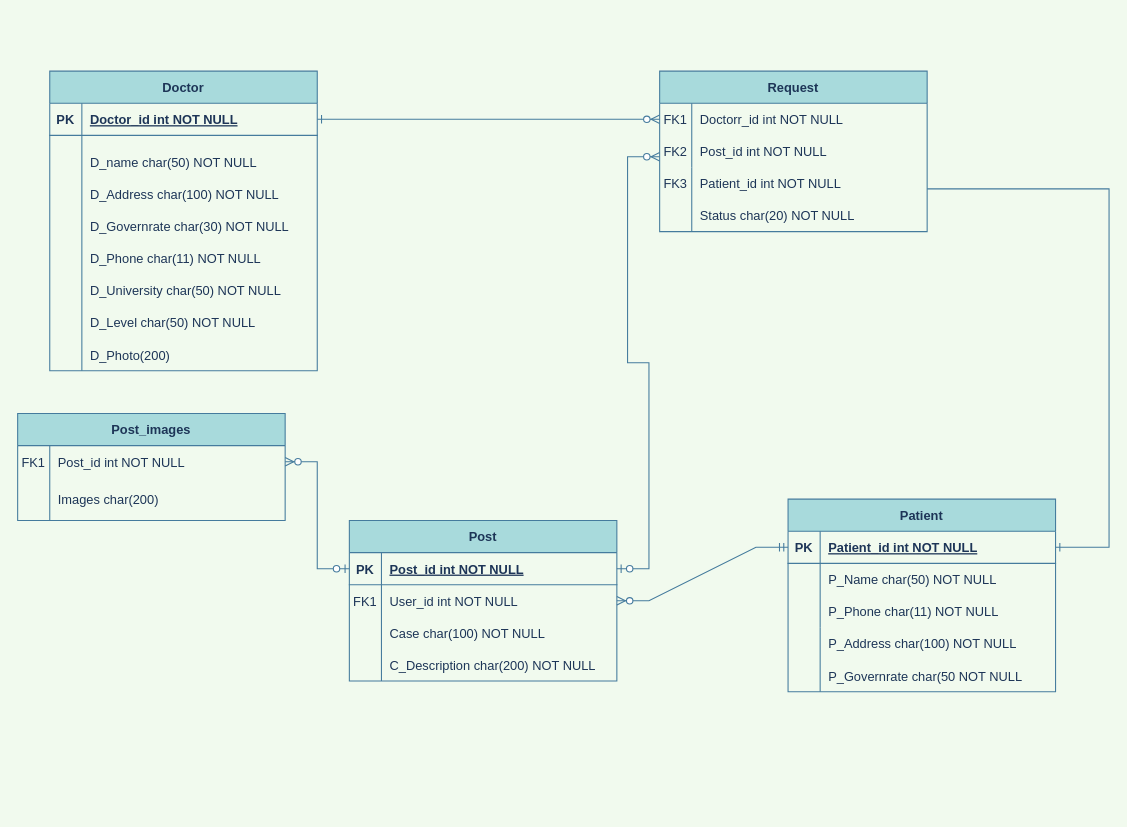
Earlier version of the draw.io diagram UML/scheme/SCHEMA.drawio (mahmoudayman55/Tayser). Source tidied: cells renumbered, new cells numbered last; positions are measured from the earlier drawing's top-left corner, leaving out a move shared by most shapes. Both pictures are drawn from the tidied source at 107%, with x=0, y=0 at pixel (17, 71).
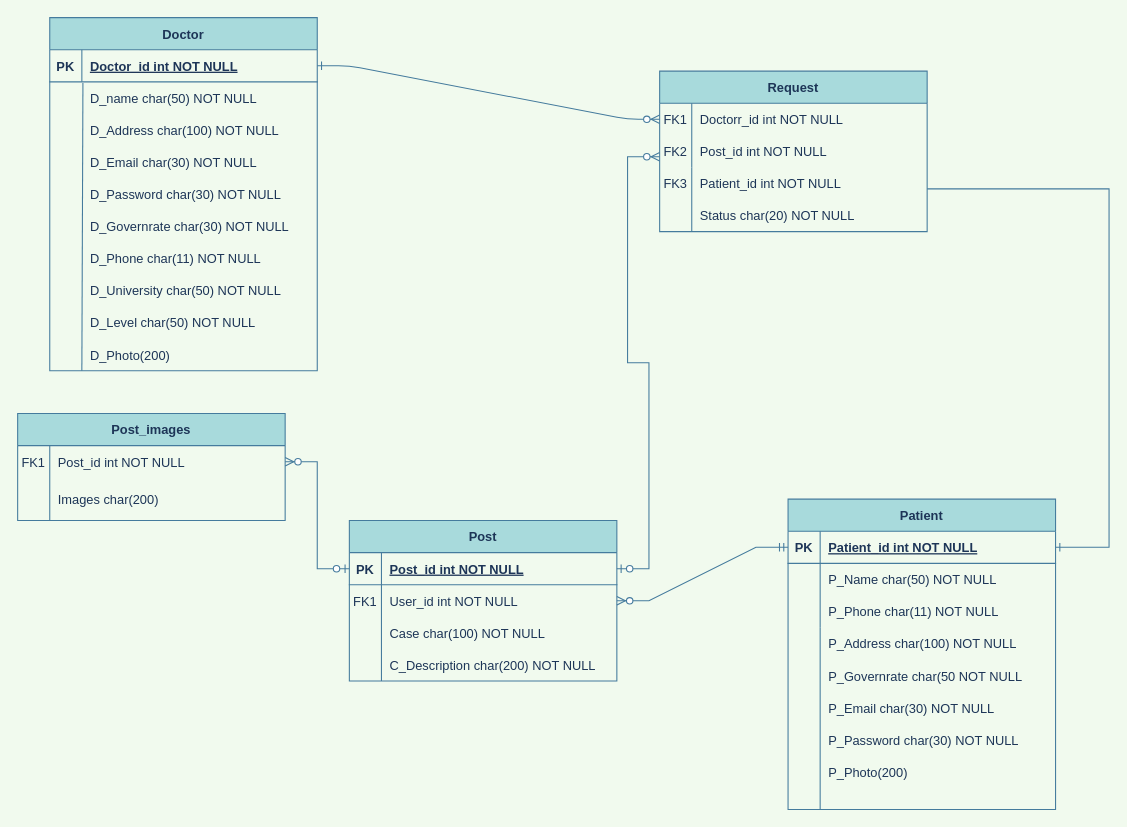
The same page after the edit.

The change refers to these unchanged cells:
```xml
<mxCell id="21" style="shape=partialRectangle;fillColor=none;points=[[0,0.5],[1,0.5]];portConstraint=eastwest;top=0;left=0;right=0;bottom=1;strokeColor=#457B9D;fontColor=#1D3557;" parent="20" vertex="1">
  <mxGeometry y="30" width="250" height="30" as="geometry" />
</mxCell>
```

Diff of the diagram source:
```diff
@@
     <mxCell id="10" value="Patient" style="shape=table;startSize=30;childLayout=tableLayout;rowLines=0;fontStyle=1;align=center;fillColor=#A8DADC;strokeColor=#457B9D;fontColor=#1D3557;" parent="1" vertex="1">
-      <mxGeometry x="720" y="400" width="250" height="180" as="geometry" />
+      <mxGeometry x="720" y="400" width="250" height="290" as="geometry" />
     </mxCell>
@@
     <mxCell id="20" value="Doctor" style="shape=table;startSize=30;childLayout=tableLayout;rowLines=0;fontStyle=1;align=center;fillColor=#A8DADC;strokeColor=#457B9D;fontColor=#1D3557;" parent="1" vertex="1">
-      <mxGeometry x="30" width="250" height="280" as="geometry" />
+      <mxGeometry x="30" y="-50" width="250" height="330" as="geometry" />
     </mxCell>
@@
     <mxCell id="26" value="D_name char(50) NOT NULL" style="shape=partialRectangle;overflow=hidden;fillColor=none;top=0;left=0;bottom=0;right=0;align=left;spacingLeft=6;strokeColor=#457B9D;fontColor=#1D3557;" parent="1" vertex="1">
-      <mxGeometry x="60" y="70" width="220" height="30" as="geometry" />
+      <mxGeometry x="60" y="10" width="220" height="30" as="geometry" />
     </mxCell>
@@
     <mxCell id="28" value="D_Address char(100) NOT NULL" style="shape=partialRectangle;overflow=hidden;fillColor=none;top=0;left=0;bottom=0;right=0;align=left;spacingLeft=6;strokeColor=#457B9D;fontColor=#1D3557;" parent="1" vertex="1">
-      <mxGeometry x="60" y="100" width="220" height="30" as="geometry" />
+      <mxGeometry x="60" y="40" width="220" height="30" as="geometry" />
     </mxCell>
-    <mxCell id="29" style="endArrow=none;html=1;rounded=0;labelBackgroundColor=#F1FAEE;strokeColor=#457B9D;fontColor=#1D3557;" parent="1" edge="1">
+    <mxCell id="29" style="endArrow=none;html=1;rounded=0;labelBackgroundColor=#F1FAEE;strokeColor=#457B9D;fontColor=#1D3557;entryX=0.124;entryY=1.033;entryDx=0;entryDy=0;entryPerimeter=0;" parent="1" edge="1" target="21">
       <mxGeometry relative="1" as="geometry">
         <mxPoint x="60" y="280" as="sourcePoint" />
-        <mxPoint x="60" y="60" as="targetPoint" />
       </mxGeometry>
     </mxCell>
@@
     <mxCell id="56" style="endArrow=none;html=1;rounded=0;labelBackgroundColor=#F1FAEE;strokeColor=#457B9D;fontColor=#1D3557;" parent="1" edge="1">
       <mxGeometry relative="1" as="geometry">
-        <mxPoint x="750" y="580" as="sourcePoint" />
+        <mxPoint x="750" y="690" as="sourcePoint" />
         <mxPoint x="750" y="520" as="targetPoint" />
       </mxGeometry>
     </mxCell>
@@
+    <mxCell id="63" value="D_Email char(30) NOT NULL" style="shape=partialRectangle;overflow=hidden;fillColor=none;top=0;left=0;bottom=0;right=0;align=left;spacingLeft=6;strokeColor=#457B9D;fontColor=#1D3557;" parent="1" vertex="1">
+      <mxGeometry x="60" y="70" width="220" height="30" as="geometry" />
+    </mxCell>
+    <mxCell id="64" value="D_Password char(30) NOT NULL" style="shape=partialRectangle;overflow=hidden;fillColor=none;top=0;left=0;bottom=0;right=0;align=left;spacingLeft=6;strokeColor=#457B9D;fontColor=#1D3557;" parent="1" vertex="1">
+      <mxGeometry x="60" y="100" width="220" height="30" as="geometry" />
+    </mxCell>
+    <mxCell id="65" value="P_Email char(30) NOT NULL" style="shape=partialRectangle;overflow=hidden;fillColor=none;top=0;left=0;bottom=0;right=0;align=left;spacingLeft=6;strokeColor=#457B9D;fontColor=#1D3557;" parent="1" vertex="1">
+      <mxGeometry x="750" y="580" width="220" height="30" as="geometry" />
+    </mxCell>
+    <mxCell id="66" value="P_Password char(30) NOT NULL" style="shape=partialRectangle;overflow=hidden;fillColor=none;top=0;left=0;bottom=0;right=0;align=left;spacingLeft=6;strokeColor=#457B9D;fontColor=#1D3557;" parent="1" vertex="1">
+      <mxGeometry x="750" y="610" width="220" height="30" as="geometry" />
+    </mxCell>
+    <mxCell id="67" value="P_Photo(200)  " style="shape=partialRectangle;overflow=hidden;fillColor=none;top=0;left=0;bottom=0;right=0;align=left;spacingLeft=6;strokeColor=#457B9D;fontColor=#1D3557;" parent="1" vertex="1">
+      <mxGeometry x="750" y="640" width="220" height="30" as="geometry" />
+    </mxCell>
```
